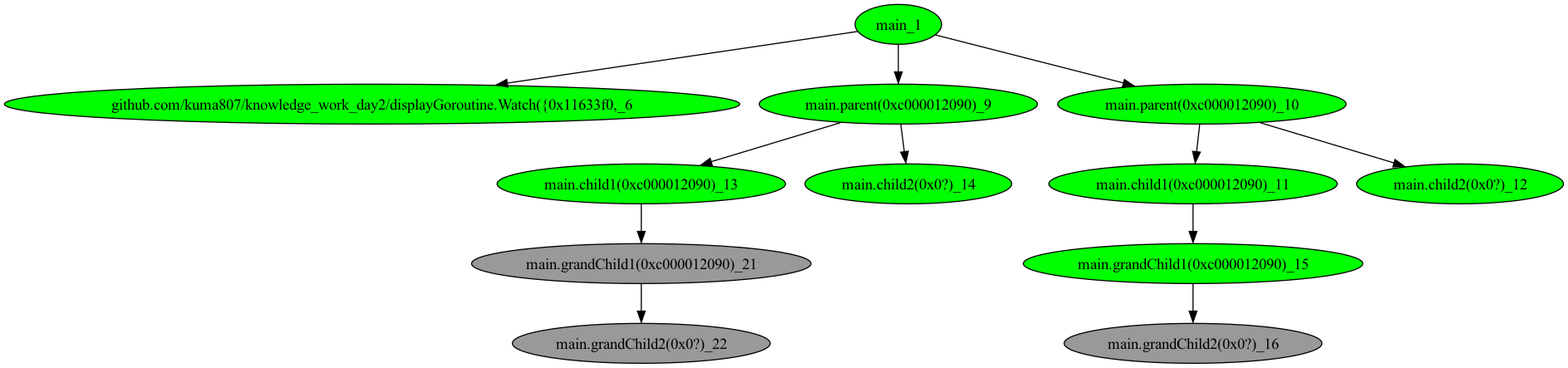
Above: main_testGoroutine/tree_6.png in kuma807/knowledge_work_day2 (Graphviz), before the change. Its source is kept beside it as main_testGoroutine/tree_6.dot.
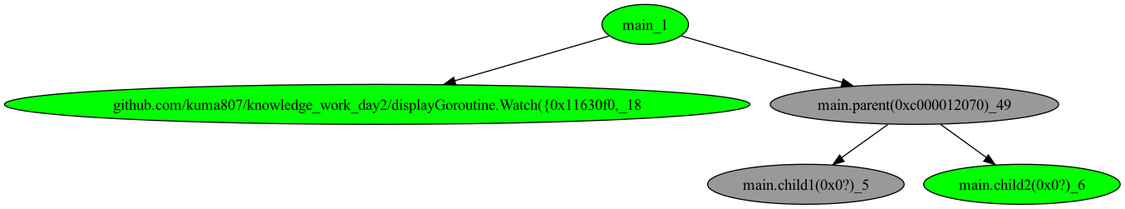
After the commit.

What changed in the source:
```diff
@@ -1,26 +1,12 @@
 digraph G {
-	"main_1"->"github.com/kuma807/knowledge_work_day2/displayGoroutine.Watch({0x11633f0,_6";
-	"main_1"->"main.parent(0xc000012090)_9";
-	"main_1"->"main.parent(0xc000012090)_10";
-	"main.parent(0xc000012090)_10"->"main.child1(0xc000012090)_11";
-	"main.parent(0xc000012090)_10"->"main.child2(0x0?)_12";
-	"main.parent(0xc000012090)_9"->"main.child1(0xc000012090)_13";
-	"main.parent(0xc000012090)_9"->"main.child2(0x0?)_14";
-	"main.child1(0xc000012090)_11"->"main.grandChild1(0xc000012090)_15";
-	"main.grandChild1(0xc000012090)_15"->"main.grandChild2(0x0?)_16";
-	"main.child1(0xc000012090)_13"->"main.grandChild1(0xc000012090)_21";
-	"main.grandChild1(0xc000012090)_21"->"main.grandChild2(0x0?)_22";
-	"github.com/kuma807/knowledge_work_day2/displayGoroutine.Watch({0x11633f0,_6" [ fillcolor="#00FF00", style="solid,filled" ];
-	"main.child1(0xc000012090)_11" [ fillcolor="#00FF00", style="solid,filled" ];
-	"main.child1(0xc000012090)_13" [ fillcolor="#00FF00", style="solid,filled" ];
-	"main.child2(0x0?)_12" [ fillcolor="#00FF00", style="solid,filled" ];
-	"main.child2(0x0?)_14" [ fillcolor="#00FF00", style="solid,filled" ];
-	"main.grandChild1(0xc000012090)_15" [ fillcolor="#00FF00", style="solid,filled" ];
-	"main.grandChild1(0xc000012090)_21" [ fillcolor="#999999", style="solid,filled" ];
-	"main.grandChild2(0x0?)_16" [ fillcolor="#999999", style="solid,filled" ];
-	"main.grandChild2(0x0?)_22" [ fillcolor="#999999", style="solid,filled" ];
-	"main.parent(0xc000012090)_10" [ fillcolor="#00FF00", style="solid,filled" ];
-	"main.parent(0xc000012090)_9" [ fillcolor="#00FF00", style="solid,filled" ];
+	"main_1"->"github.com/kuma807/knowledge_work_day2/displayGoroutine.Watch({0x11630f0,_18";
+	"main_1"->"main.parent(0xc000012070)_49";
+	"main.parent(0xc000012070)_49"->"main.child1(0x0?)_5";
+	"main.parent(0xc000012070)_49"->"main.child2(0x0?)_6";
+	"github.com/kuma807/knowledge_work_day2/displayGoroutine.Watch({0x11630f0,_18" [ fillcolor="#00FF00", style="solid,filled" ];
+	"main.child1(0x0?)_5" [ fillcolor="#999999", style="solid,filled" ];
+	"main.child2(0x0?)_6" [ fillcolor="#00FF00", style="solid,filled" ];
+	"main.parent(0xc000012070)_49" [ fillcolor="#999999", style="solid,filled" ];
 	"main_1" [ fillcolor="#00FF00", style="solid,filled" ];
 
 }
```
